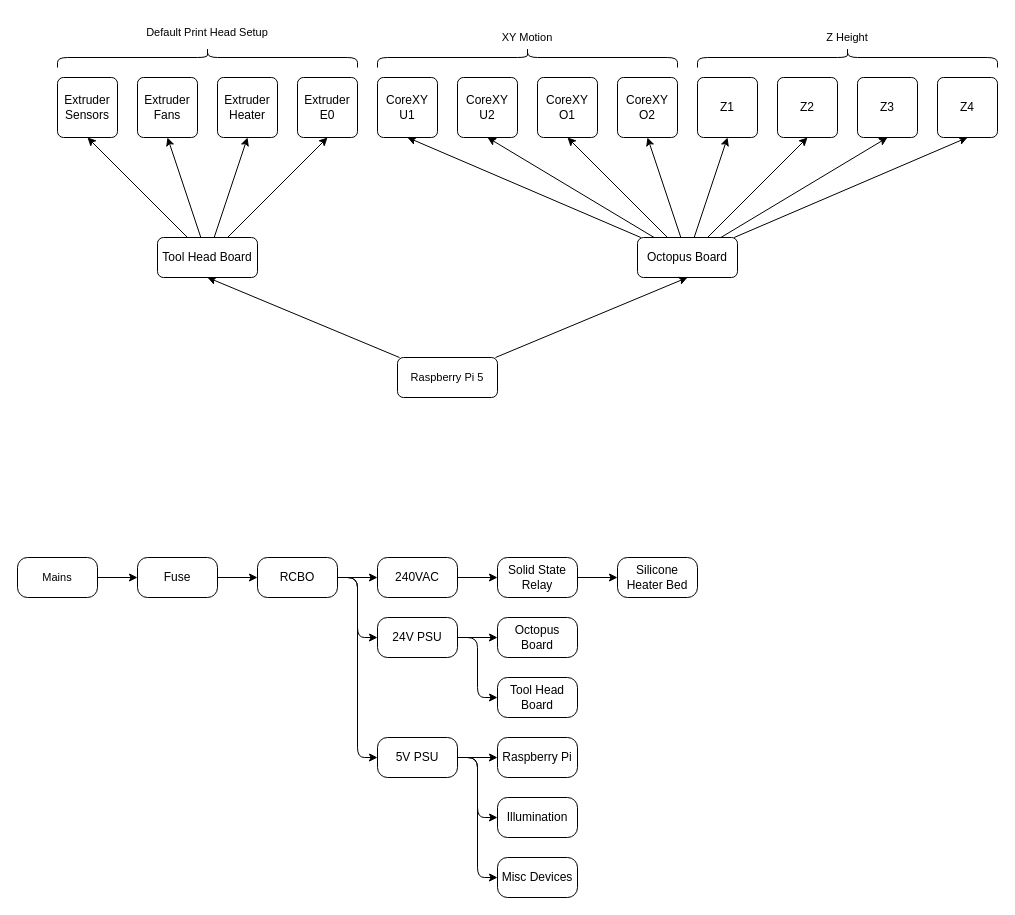
Before: page "Electrical" (5 of 7) of Documents/Raven.drawio in XCR1793/Raven-3D, a draw.io diagram. Source tidied: cells renumbered, new cells numbered last; positions are measured from the earlier drawing's top-left corner, leaving out a move shared by most shapes. Both pictures are drawn from the tidied source at 100%, with x=0, y=0 at pixel (17, 17).
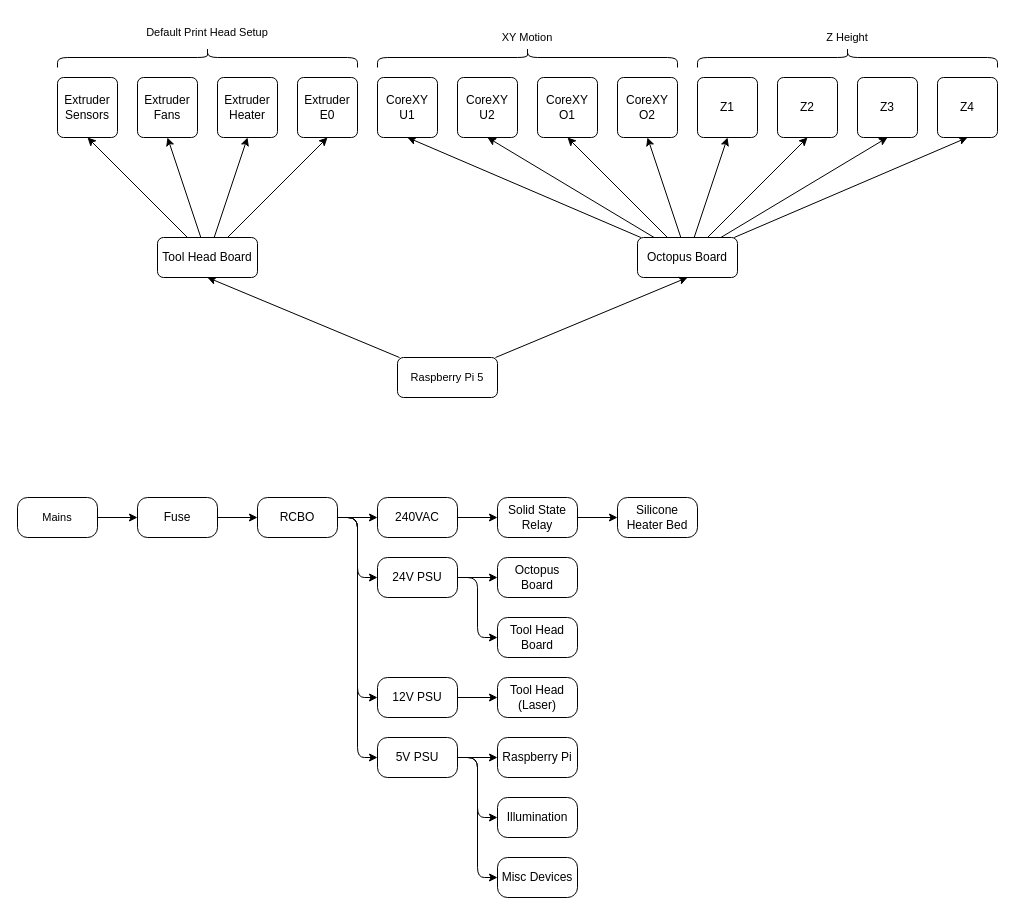
After the change.

Commit message:
Added Hot swapping system (Auto configuring)

What changed in the source:
```diff
@@
     <mxCell id="38" value="Mains" style="rounded=1;whiteSpace=wrap;html=1;absoluteArcSize=1;fontFamily=Helvetica;fontSize=11;fontColor=default;labelBackgroundColor=default;" parent="1" vertex="1">
-      <mxGeometry y="540" width="80" height="40" as="geometry" />
+      <mxGeometry y="480" width="80" height="40" as="geometry" />
     </mxCell>
@@
     <mxCell id="40" value="Fuse" style="rounded=1;whiteSpace=wrap;html=1;absoluteArcSize=1;" parent="1" vertex="1">
-      <mxGeometry x="120" y="540" width="80" height="40" as="geometry" />
+      <mxGeometry x="120" y="480" width="80" height="40" as="geometry" />
     </mxCell>
@@
+    <mxCell id="62" style="edgeStyle=orthogonalEdgeStyle;shape=connector;curved=0;rounded=1;jettySize=auto;html=1;exitX=1;exitY=0.5;exitDx=0;exitDy=0;entryX=0;entryY=0.5;entryDx=0;entryDy=0;strokeColor=default;align=center;verticalAlign=middle;fontFamily=Helvetica;fontSize=11;fontColor=default;labelBackgroundColor=default;endArrow=classic;" parent="1" edge="1" source="44" target="64">
+      <mxGeometry relative="1" as="geometry" />
+    </mxCell>
     <mxCell id="44" value="RCBO" style="rounded=1;whiteSpace=wrap;html=1;absoluteArcSize=1;" parent="1" vertex="1">
-      <mxGeometry x="240" y="540" width="80" height="40" as="geometry" />
+      <mxGeometry x="240" y="480" width="80" height="40" as="geometry" />
     </mxCell>
@@
     <mxCell id="47" value="24V PSU" style="rounded=1;whiteSpace=wrap;html=1;absoluteArcSize=1;" parent="1" vertex="1">
-      <mxGeometry x="360" y="600" width="80" height="40" as="geometry" />
+      <mxGeometry x="360" y="540" width="80" height="40" as="geometry" />
     </mxCell>
@@
     <mxCell id="55" value="Octopus Board" style="rounded=1;whiteSpace=wrap;html=1;absoluteArcSize=1;" parent="1" vertex="1">
-      <mxGeometry x="480" y="600" width="80" height="40" as="geometry" />
+      <mxGeometry x="480" y="540" width="80" height="40" as="geometry" />
     </mxCell>
     <mxCell id="56" value="Tool Head Board" style="rounded=1;whiteSpace=wrap;html=1;absoluteArcSize=1;" parent="1" vertex="1">
-      <mxGeometry x="480" y="660" width="80" height="40" as="geometry" />
+      <mxGeometry x="480" y="600" width="80" height="40" as="geometry" />
     </mxCell>
@@
     <mxCell id="58" value="240VAC" style="rounded=1;whiteSpace=wrap;html=1;absoluteArcSize=1;" parent="1" vertex="1">
-      <mxGeometry x="360" y="540" width="80" height="40" as="geometry" />
+      <mxGeometry x="360" y="480" width="80" height="40" as="geometry" />
     </mxCell>
@@
     <mxCell id="60" value="Solid State Relay" style="rounded=1;whiteSpace=wrap;html=1;absoluteArcSize=1;" parent="1" vertex="1">
-      <mxGeometry x="480" y="540" width="80" height="40" as="geometry" />
+      <mxGeometry x="480" y="480" width="80" height="40" as="geometry" />
     </mxCell>
     <mxCell id="61" value="Silicone Heater Bed" style="rounded=1;whiteSpace=wrap;html=1;absoluteArcSize=1;" parent="1" vertex="1">
-      <mxGeometry x="600" y="540" width="80" height="40" as="geometry" />
+      <mxGeometry x="600" y="480" width="80" height="40" as="geometry" />
     </mxCell>
+    <mxCell id="63" style="edgeStyle=orthogonalEdgeStyle;shape=connector;curved=0;rounded=1;jettySize=auto;html=1;exitX=1;exitY=0.5;exitDx=0;exitDy=0;entryX=0;entryY=0.5;entryDx=0;entryDy=0;strokeColor=default;align=center;verticalAlign=middle;fontFamily=Helvetica;fontSize=11;fontColor=default;labelBackgroundColor=default;endArrow=classic;" parent="1" edge="1" source="64" target="65">
+      <mxGeometry relative="1" as="geometry" />
+    </mxCell>
+    <mxCell id="64" value="12V PSU" style="rounded=1;whiteSpace=wrap;html=1;absoluteArcSize=1;" parent="1" vertex="1">
+      <mxGeometry x="360" y="660" width="80" height="40" as="geometry" />
+    </mxCell>
+    <mxCell id="65" value="Tool Head&lt;div&gt;(Laser)&lt;/div&gt;" style="rounded=1;whiteSpace=wrap;html=1;absoluteArcSize=1;" parent="1" vertex="1">
+      <mxGeometry x="480" y="660" width="80" height="40" as="geometry" />
+    </mxCell>
```
